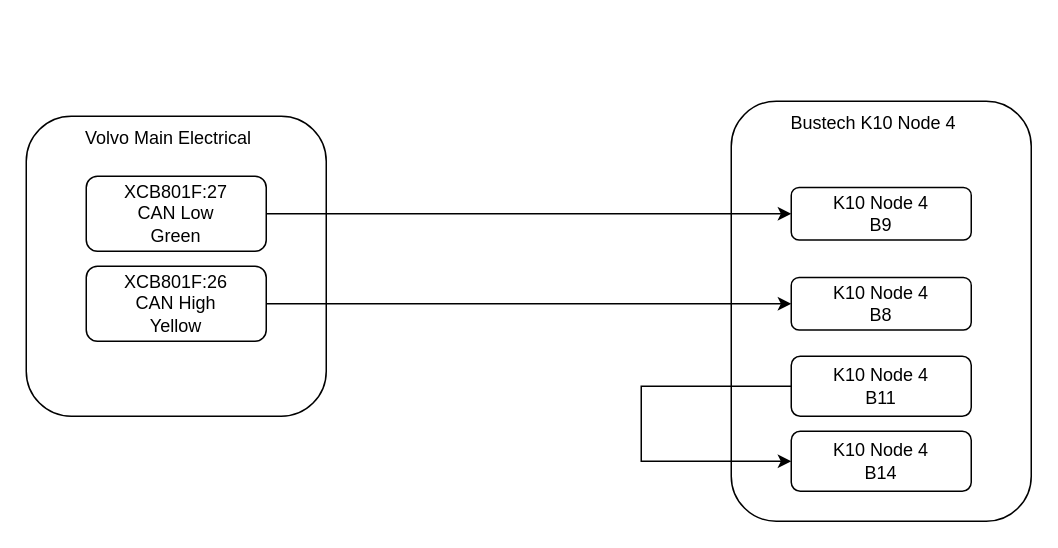
RBethune/hello-world keeps this draw.io diagram as VolvoECAN.drawio. Above is the earlier version. Source tidied: cells renumbered, new cells numbered last; positions are measured from the earlier drawing's top-left corner, leaving out a move shared by most shapes. Both pictures are drawn from the tidied source at 150%, with x=0, y=0 at pixel (26, 100).
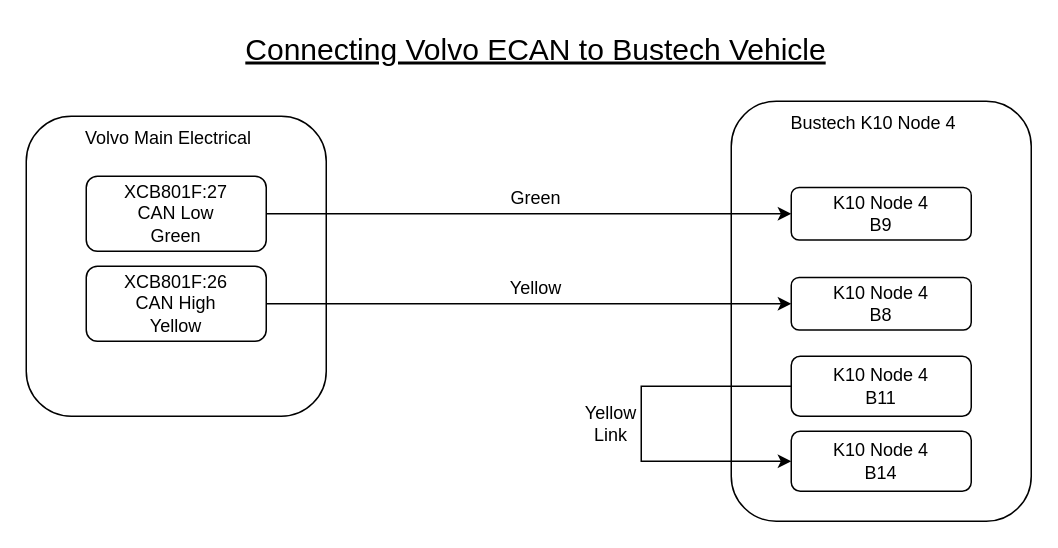
The same diagram, later.

Diff of the diagram source:
```diff
@@
+    <mxCell id="15" value="&lt;font style=&quot;font-size: 20px;&quot;&gt;&lt;u&gt;Connecting Volvo ECAN to Bustech Vehicle&lt;/u&gt;&lt;/font&gt;" style="text;html=1;align=center;verticalAlign=middle;whiteSpace=wrap;rounded=0;" parent="1" vertex="1">
+      <mxGeometry x="140" y="-50" width="400" height="30" as="geometry" />
+    </mxCell>
+    <mxCell id="16" value="Yellow Link" style="text;html=1;align=center;verticalAlign=middle;whiteSpace=wrap;rounded=0;" parent="1" vertex="1">
+      <mxGeometry x="360" y="200" width="60" height="30" as="geometry" />
+    </mxCell>
+    <mxCell id="17" value="Yellow" style="text;html=1;align=center;verticalAlign=middle;whiteSpace=wrap;rounded=0;" parent="1" vertex="1">
+      <mxGeometry x="310" y="110" width="60" height="30" as="geometry" />
+    </mxCell>
+    <mxCell id="18" value="Green" style="text;html=1;align=center;verticalAlign=middle;whiteSpace=wrap;rounded=0;" parent="1" vertex="1">
+      <mxGeometry x="310" y="50" width="60" height="30" as="geometry" />
+    </mxCell>
```
